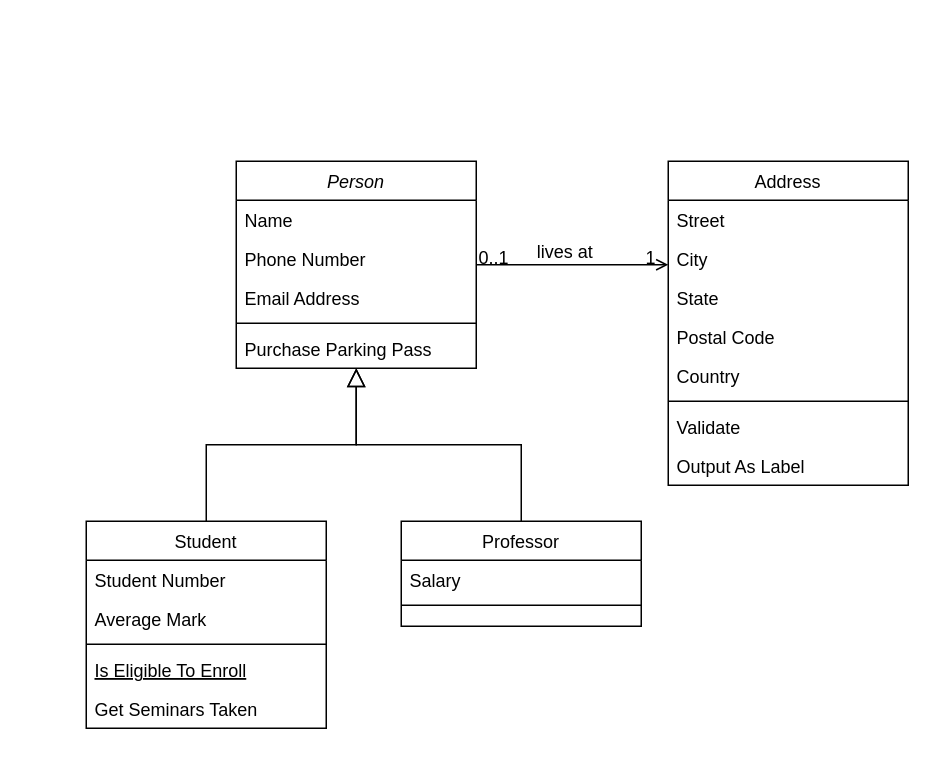
This is drawio_files/7.drawio from frostaag/diagrams-v2, a draw.io file, before an edit. Source tidied: cells renumbered, new cells numbered last; positions are measured from the earlier drawing's top-left corner, leaving out a move shared by most shapes. Both pictures are drawn from the tidied source at 150%, with x=0, y=0 at pixel (86, 160).
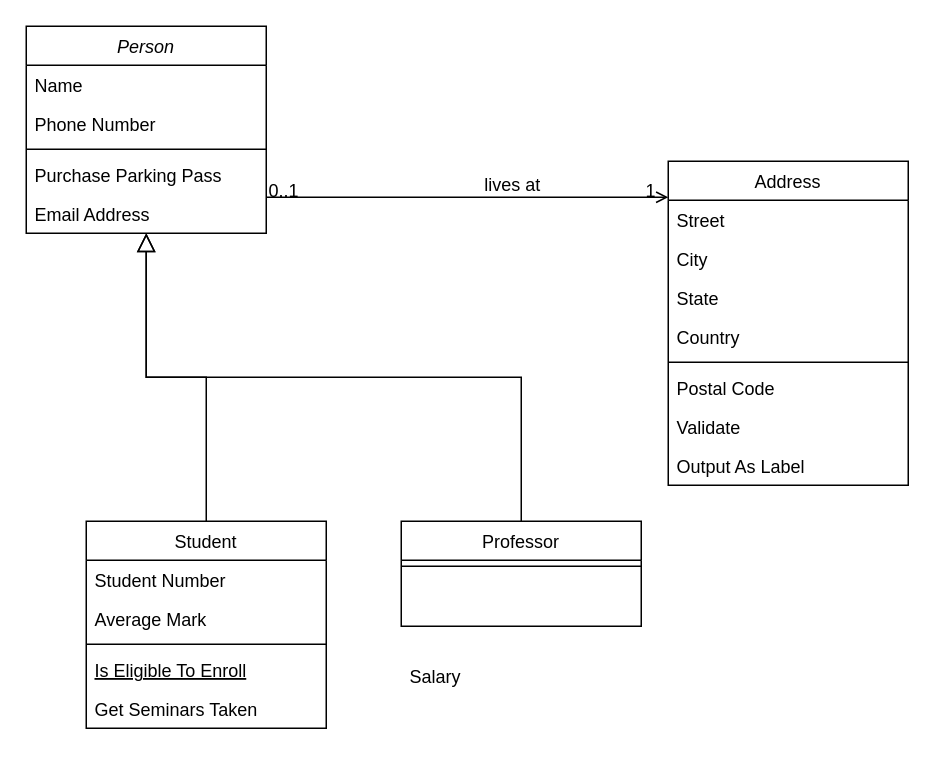
After the change.

Unchanged cells that the change refers to:
```xml
<mxCell id="15" value="Professor" style="swimlane;fontStyle=0;align=center;verticalAlign=top;horizontal=1;startSize=26;rounded=0;shadow=0;strokeWidth=1;" parent="1" vertex="1">
  <mxGeometry x="210" y="240" width="160" height="70" as="geometry" />
</mxCell>
<mxCell id="19" value="Address" style="swimlane;fontStyle=0;align=center;verticalAlign=top;horizontal=1;startSize=26;rounded=0;shadow=0;strokeWidth=1;" parent="1" vertex="1">
  <mxGeometry x="388" width="160" height="216" as="geometry" />
</mxCell>
```

Diff of the diagram source:
```diff
@@
     <mxCell id="2" value="Person" style="swimlane;fontStyle=2;align=center;verticalAlign=top;horizontal=1;startSize=26;rounded=0;shadow=0;strokeWidth=1;" parent="1" vertex="1">
-      <mxGeometry x="100" width="160" height="138" as="geometry" />
+      <mxGeometry x="-40" y="-90" width="160" height="138" as="geometry" />
     </mxCell>
@@
-    <mxCell id="5" value="Email Address" style="text;align=left;verticalAlign=top;spacingLeft=4;spacingRight=4;overflow=hidden;rounded=0;shadow=0;html=0;" parent="2" vertex="1">
-      <mxGeometry y="78" width="160" height="26" as="geometry" />
-    </mxCell>
     <mxCell id="6" style="line;html=1;strokeWidth=1;align=left;verticalAlign=middle;spacingTop=-1;spacingLeft=3;spacingRight=3;labelPosition=right;" parent="2" vertex="1">
-      <mxGeometry y="104" width="160" height="8" as="geometry" />
+      <mxGeometry y="78" width="160" height="8" as="geometry" />
     </mxCell>
     <mxCell id="7" value="Purchase Parking Pass" style="text;align=left;verticalAlign=top;spacingLeft=4;spacingRight=4;overflow=hidden;" parent="2" vertex="1">
-      <mxGeometry y="112" width="160" height="26" as="geometry" />
+      <mxGeometry y="86" width="160" height="26" as="geometry" />
     </mxCell>
+    <mxCell id="5" value="Email Address" style="text;align=left;verticalAlign=top;spacingLeft=4;spacingRight=4;overflow=hidden;rounded=0;shadow=0;html=0;" parent="2" vertex="1">
+      <mxGeometry y="112" width="160" height="26" as="geometry" />
+    </mxCell>
@@
-    <mxCell id="16" value="Salary" style="text;align=left;verticalAlign=top;spacingLeft=4;spacingRight=4;overflow=hidden;" parent="15" vertex="1">
-      <mxGeometry y="26" width="160" height="26" as="geometry" />
-    </mxCell>
     <mxCell id="17" style="line;html=1;strokeWidth=1;align=left;verticalAlign=middle;spacingTop=-1;spacingLeft=3;spacingRight=3;labelPosition=right;" parent="15" vertex="1">
-      <mxGeometry y="52" width="160" height="8" as="geometry" />
+      <mxGeometry y="26" width="160" height="8" as="geometry" />
     </mxCell>
@@
-    <mxCell id="23" value="Postal Code" style="text;align=left;verticalAlign=top;spacingLeft=4;spacingRight=4;overflow=hidden;rounded=0;shadow=0;html=0;" parent="19" vertex="1">
-      <mxGeometry y="104" width="160" height="26" as="geometry" />
-    </mxCell>
     <mxCell id="24" value="Country" style="text;align=left;verticalAlign=top;spacingLeft=4;spacingRight=4;overflow=hidden;rounded=0;shadow=0;html=0;" parent="19" vertex="1">
-      <mxGeometry y="130" width="160" height="26" as="geometry" />
+      <mxGeometry y="104" width="160" height="26" as="geometry" />
     </mxCell>
     <mxCell id="25" style="line;html=1;strokeWidth=1;align=left;verticalAlign=middle;spacingTop=-1;spacingLeft=3;spacingRight=3;labelPosition=right;" parent="19" vertex="1">
-      <mxGeometry y="156" width="160" height="8" as="geometry" />
+      <mxGeometry y="130" width="160" height="8" as="geometry" />
     </mxCell>
+    <mxCell id="23" value="Postal Code" style="text;align=left;verticalAlign=top;spacingLeft=4;spacingRight=4;overflow=hidden;rounded=0;shadow=0;html=0;" parent="19" vertex="1">
+      <mxGeometry y="138" width="160" height="26" as="geometry" />
+    </mxCell>
@@
+    <mxCell id="16" value="Salary" style="text;align=left;verticalAlign=top;spacingLeft=4;spacingRight=4;overflow=hidden;" parent="1" vertex="1">
+      <mxGeometry x="210" y="330" width="160" height="26" as="geometry" />
+    </mxCell>
```
